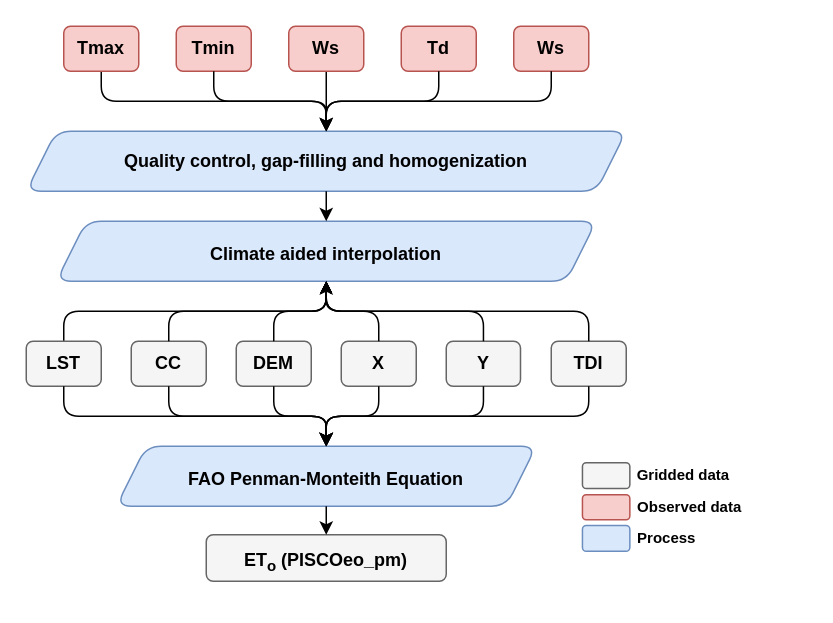
The draw.io diagram Eo_diagram_FT_v2.drawio in adrHuerta/diagrams, before the edit. Source tidied: cells renumbered, new cells numbered last; positions are measured from the earlier drawing's top-left corner, leaving out a move shared by most shapes. Both pictures are drawn from the tidied source at 150%, with x=0, y=0 at pixel (26, 26).
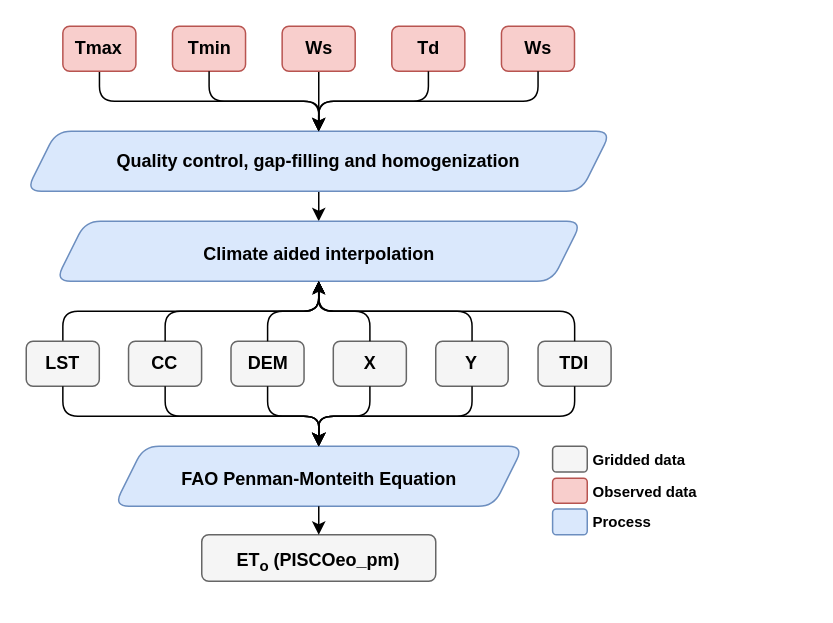
The same diagram, later.

Change to the diagram source:
```diff
@@
-    <mxCell id="2" style="group;" parent="1" vertex="1">
-      <mxGeometry width="520" height="380.5" as="geometry" />
-    </mxCell>
-    <mxCell id="3" style="group;fontSize=10;" parent="2" vertex="1">
-      <mxGeometry x="360" y="270" width="160" height="110.5" as="geometry" />
-    </mxCell>
-    <mxCell id="4" style="group;fontSize=11;" parent="3" vertex="1">
-      <mxGeometry x="10.8" y="21" width="138.3" height="59" as="geometry" />
-    </mxCell>
-    <mxCell id="5" style="rounded=1;whiteSpace=wrap;html=1;fontSize=11;fontStyle=1;fillColor=#f8cecc;strokeColor=#b85450;" parent="4" vertex="1">
-      <mxGeometry y="21.3" width="31.6" height="16.7" as="geometry" />
-    </mxCell>
-    <mxCell id="6" style="rounded=1;whiteSpace=wrap;html=1;fontSize=11;fontStyle=1;fillColor=#dae8fc;strokeColor=#6c8ebf;" parent="4" vertex="1">
-      <mxGeometry y="41.8" width="31.6" height="17.2" as="geometry" />
-    </mxCell>
-    <mxCell id="7" value="Observed data&amp;nbsp; &amp;nbsp;&amp;nbsp;" style="text;html=1;strokeColor=none;fillColor=none;align=center;verticalAlign=middle;whiteSpace=wrap;rounded=0;fontSize=10;fontStyle=1;" parent="4" vertex="1">
-      <mxGeometry x="33.8" y="21" width="86.1" height="16.7" as="geometry" />
-    </mxCell>
-    <mxCell id="8" style="rounded=1;whiteSpace=wrap;html=1;fontSize=11;fontStyle=1;fillColor=#f5f5f5;strokeColor=#666666;fontColor=#333333;" parent="4" vertex="1">
-      <mxGeometry width="31.6" height="17.2" as="geometry" />
-    </mxCell>
-    <mxCell id="9" value="Gridded data&amp;nbsp; &amp;nbsp; &amp;nbsp; &amp;nbsp;" style="text;html=1;strokeColor=none;fillColor=none;align=center;verticalAlign=middle;whiteSpace=wrap;rounded=0;fontSize=10;fontStyle=1;" parent="4" vertex="1">
-      <mxGeometry x="33.8" width="86.1" height="16.7" as="geometry" />
-    </mxCell>
-    <mxCell id="10" value="Process&amp;nbsp; &amp;nbsp; &amp;nbsp; &amp;nbsp; &amp;nbsp; &amp;nbsp; &amp;nbsp; &amp;nbsp;" style="text;html=1;strokeColor=none;fillColor=none;align=center;verticalAlign=middle;whiteSpace=wrap;rounded=0;fontSize=10;fontStyle=1;" parent="4" vertex="1">
-      <mxGeometry x="33.8" y="42" width="86.1" height="16.7" as="geometry" />
-    </mxCell>
+    <mxCell id="46" style="group;" parent="1" vertex="1">
+      <mxGeometry width="460" height="370" as="geometry" />
+    </mxCell>
+    <mxCell id="45" style="edgeStyle=orthogonalEdgeStyle;rounded=1;jettySize=auto;html=1;fontSize=12;endArrow=classic;endFill=1;" parent="46" edge="1" source="14">
+      <mxGeometry relative="1" as="geometry">
+        <mxPoint x="195" y="130" as="targetPoint" />
+      </mxGeometry>
+    </mxCell>
-    <mxCell id="11" value="&lt;font style=&quot;font-size: 12px;&quot;&gt;Tmin&lt;/font&gt;" style="rounded=1;whiteSpace=wrap;html=1;fontSize=12;fontStyle=1;fillColor=#f8cecc;strokeColor=#b85450;" parent="2" vertex="1">
-      <mxGeometry x="100" width="50" height="30" as="geometry" />
+    <mxCell id="11" value="&lt;font style=&quot;font-size: 12px;&quot;&gt;Tmin&lt;/font&gt;" style="rounded=1;whiteSpace=wrap;html=1;fontSize=12;fontStyle=1;fillColor=#f8cecc;strokeColor=#b85450;" parent="46" vertex="1">
+      <mxGeometry x="97.5" width="48.7" height="30" as="geometry" />
     </mxCell>
-    <mxCell id="12" value="&lt;font style=&quot;font-size: 12px;&quot;&gt;Td&lt;/font&gt;" style="rounded=1;whiteSpace=wrap;html=1;fontSize=12;fontStyle=1;fillColor=#f8cecc;strokeColor=#b85450;" parent="2" vertex="1">
-      <mxGeometry x="250" width="50" height="30" as="geometry" />
+    <mxCell id="12" value="&lt;font style=&quot;font-size: 12px;&quot;&gt;Td&lt;/font&gt;" style="rounded=1;whiteSpace=wrap;html=1;fontSize=12;fontStyle=1;fillColor=#f8cecc;strokeColor=#b85450;" parent="46" vertex="1">
+      <mxGeometry x="243.7" width="48.7" height="30" as="geometry" />
     </mxCell>
-    <mxCell id="13" value="&lt;font style=&quot;font-size: 12px;&quot;&gt;Ws&lt;/font&gt;" style="rounded=1;whiteSpace=wrap;html=1;fontSize=12;fontStyle=1;fillColor=#f8cecc;strokeColor=#b85450;" parent="2" vertex="1">
-      <mxGeometry x="325" width="50" height="30" as="geometry" />
+    <mxCell id="13" value="&lt;font style=&quot;font-size: 12px;&quot;&gt;Ws&lt;/font&gt;" style="rounded=1;whiteSpace=wrap;html=1;fontSize=12;fontStyle=1;fillColor=#f8cecc;strokeColor=#b85450;" parent="46" vertex="1">
+      <mxGeometry x="316.8" width="48.7" height="30" as="geometry" />
     </mxCell>
-    <mxCell id="14" value="&lt;font style=&quot;font-size: 12px;&quot;&gt;Quality control, gap-filling and homogenization&lt;/font&gt;" style="shape=parallelogram;perimeter=parallelogramPerimeter;whiteSpace=wrap;html=1;fixedSize=1;fontSize=12;fontStyle=1;fillColor=#dae8fc;strokeColor=#6c8ebf;rounded=1;" parent="2" vertex="1">
-      <mxGeometry y="70" width="400" height="40" as="geometry" />
+    <mxCell id="14" value="&lt;font style=&quot;font-size: 12px;&quot;&gt;Quality control, gap-filling and homogenization&lt;/font&gt;" style="shape=parallelogram;perimeter=parallelogramPerimeter;whiteSpace=wrap;html=1;fixedSize=1;fontSize=12;fontStyle=1;fillColor=#dae8fc;strokeColor=#6c8ebf;rounded=1;" parent="46" vertex="1">
+      <mxGeometry y="70" width="389.9" height="40" as="geometry" />
     </mxCell>
-    <mxCell id="15" style="edgeStyle=orthogonalEdgeStyle;jettySize=auto;html=1;entryX=0.5;entryY=0;entryDx=0;entryDy=0;fontSize=12;rounded=1;endArrow=open;endFill=0;" parent="2" edge="1" source="11" target="14">
+    <mxCell id="15" style="edgeStyle=orthogonalEdgeStyle;jettySize=auto;html=1;entryX=0.5;entryY=0;entryDx=0;entryDy=0;fontSize=12;rounded=1;endArrow=open;endFill=0;" parent="46" edge="1" source="11" target="14">
       <mxGeometry relative="1" as="geometry" />
     </mxCell>
-    <mxCell id="16" style="edgeStyle=orthogonalEdgeStyle;jettySize=auto;html=1;entryX=0.5;entryY=0;entryDx=0;entryDy=0;fontSize=12;rounded=1;endArrow=open;endFill=0;" parent="2" edge="1" source="12" target="14">
+    <mxCell id="16" style="edgeStyle=orthogonalEdgeStyle;jettySize=auto;html=1;entryX=0.5;entryY=0;entryDx=0;entryDy=0;fontSize=12;rounded=1;endArrow=open;endFill=0;" parent="46" edge="1" source="12" target="14">
       <mxGeometry relative="1" as="geometry" />
     </mxCell>
-    <mxCell id="17" style="edgeStyle=orthogonalEdgeStyle;jettySize=auto;html=1;entryX=0.5;entryY=0;entryDx=0;entryDy=0;fontSize=12;rounded=1;endArrow=open;endFill=0;" parent="2" edge="1" source="13" target="14">
+    <mxCell id="17" style="edgeStyle=orthogonalEdgeStyle;jettySize=auto;html=1;entryX=0.5;entryY=0;entryDx=0;entryDy=0;fontSize=12;rounded=1;endArrow=open;endFill=0;" parent="46" edge="1" source="13" target="14">
       <mxGeometry relative="1" as="geometry">
         <Array as="points">
-          <mxPoint x="350" y="50" />
-          <mxPoint x="200" y="50" />
+          <mxPoint x="341.2" y="50" />
+          <mxPoint x="195" y="50" />
         </Array>
       </mxGeometry>
     </mxCell>
-    <mxCell id="18" value="&lt;font style=&quot;font-size: 12px&quot;&gt;Climate aided interpolation&lt;/font&gt;" style="shape=parallelogram;perimeter=parallelogramPerimeter;whiteSpace=wrap;html=1;fixedSize=1;fontSize=18;fontStyle=1;fillColor=#dae8fc;strokeColor=#6c8ebf;rounded=1;" parent="2" vertex="1">
-      <mxGeometry x="20" y="130" width="360" height="40" as="geometry" />
+    <mxCell id="18" value="&lt;font style=&quot;font-size: 12px&quot;&gt;Climate aided interpolation&lt;/font&gt;" style="shape=parallelogram;perimeter=parallelogramPerimeter;whiteSpace=wrap;html=1;fixedSize=1;fontSize=18;fontStyle=1;fillColor=#dae8fc;strokeColor=#6c8ebf;rounded=1;" parent="46" vertex="1">
+      <mxGeometry x="19.5" y="130" width="350.9" height="40" as="geometry" />
     </mxCell>
-    <mxCell id="19" value="&lt;font style=&quot;font-size: 12px&quot;&gt;FAO Penman-Monteith Equation&lt;/font&gt;" style="shape=parallelogram;perimeter=parallelogramPerimeter;whiteSpace=wrap;html=1;fixedSize=1;fontSize=19;fontStyle=1;fillColor=#dae8fc;strokeColor=#6c8ebf;rounded=1;" parent="2" vertex="1">
-      <mxGeometry x="60" y="280" width="280" height="40" as="geometry" />
+    <mxCell id="19" value="&lt;font style=&quot;font-size: 12px&quot;&gt;FAO Penman-Monteith Equation&lt;/font&gt;" style="shape=parallelogram;perimeter=parallelogramPerimeter;whiteSpace=wrap;html=1;fixedSize=1;fontSize=19;fontStyle=1;fillColor=#dae8fc;strokeColor=#6c8ebf;rounded=1;" parent="46" vertex="1">
+      <mxGeometry x="58.5" y="280" width="273" height="40" as="geometry" />
     </mxCell>
-    <mxCell id="20" value="&lt;font style=&quot;font-size: 12px&quot; color=&quot;#000000&quot;&gt;&lt;font style=&quot;font-size: 12px&quot;&gt;&lt;font style=&quot;font-size: 12px&quot;&gt;ET&lt;sub&gt;o&lt;/sub&gt; (&lt;/font&gt;&lt;/font&gt;&lt;font style=&quot;font-size: 12px&quot;&gt;PISCOeo_pm)&lt;/font&gt;&lt;/font&gt;" style="rounded=1;whiteSpace=wrap;html=1;fontSize=16;fontStyle=1;fillColor=#f5f5f5;strokeColor=#666666;fontColor=#333333;" parent="2" vertex="1">
-      <mxGeometry x="120" y="339" width="160" height="31" as="geometry" />
+    <mxCell id="20" value="&lt;font style=&quot;font-size: 12px&quot; color=&quot;#000000&quot;&gt;&lt;font style=&quot;font-size: 12px&quot;&gt;&lt;font style=&quot;font-size: 12px&quot;&gt;ET&lt;sub&gt;o&lt;/sub&gt; (&lt;/font&gt;&lt;/font&gt;&lt;font style=&quot;font-size: 12px&quot;&gt;PISCOeo_pm)&lt;/font&gt;&lt;/font&gt;" style="rounded=1;whiteSpace=wrap;html=1;fontSize=16;fontStyle=1;fillColor=#f5f5f5;strokeColor=#666666;fontColor=#333333;" parent="46" vertex="1">
+      <mxGeometry x="117" y="339" width="156" height="31" as="geometry" />
     </mxCell>
-    <mxCell id="21" style="edgeStyle=orthogonalEdgeStyle;rounded=1;jettySize=auto;html=1;entryX=0.5;entryY=0;entryDx=0;entryDy=0;fontSize=12;" parent="2" edge="1" source="19" target="20">
+    <mxCell id="21" style="edgeStyle=orthogonalEdgeStyle;rounded=1;jettySize=auto;html=1;entryX=0.5;entryY=0;entryDx=0;entryDy=0;fontSize=12;" parent="46" edge="1" source="19" target="20">
       <mxGeometry relative="1" as="geometry" />
     </mxCell>
-    <mxCell id="22" style="edgeStyle=orthogonalEdgeStyle;jettySize=auto;html=1;fontSize=12;rounded=1;" parent="2" edge="1" source="23">
+    <mxCell id="22" style="edgeStyle=orthogonalEdgeStyle;jettySize=auto;html=1;fontSize=12;rounded=1;" parent="46" edge="1" source="23">
       <mxGeometry relative="1" as="geometry">
-        <mxPoint x="200" y="70" as="targetPoint" />
+        <mxPoint x="195" y="70" as="targetPoint" />
         <Array as="points">
-          <mxPoint x="200" y="70" />
-          <mxPoint x="200" y="70" />
+          <mxPoint x="195" y="70" />
+          <mxPoint x="195" y="70" />
         </Array>
       </mxGeometry>
     </mxCell>
-    <mxCell id="23" value="&lt;font style=&quot;font-size: 12px;&quot;&gt;Ws&lt;/font&gt;" style="rounded=1;whiteSpace=wrap;html=1;fontSize=12;fontStyle=1;fillColor=#f8cecc;strokeColor=#b85450;" parent="2" vertex="1">
-      <mxGeometry x="175" width="50" height="30" as="geometry" />
+    <mxCell id="23" value="&lt;font style=&quot;font-size: 12px;&quot;&gt;Ws&lt;/font&gt;" style="rounded=1;whiteSpace=wrap;html=1;fontSize=12;fontStyle=1;fillColor=#f8cecc;strokeColor=#b85450;" parent="46" vertex="1">
+      <mxGeometry x="170.6" width="48.7" height="30" as="geometry" />
     </mxCell>
-    <mxCell id="24" style="edgeStyle=orthogonalEdgeStyle;rounded=1;jettySize=auto;html=1;entryX=0.5;entryY=0;entryDx=0;entryDy=0;fontSize=12;endArrow=classic;endFill=1;" parent="2" edge="1" source="25" target="14">
+    <mxCell id="24" style="edgeStyle=orthogonalEdgeStyle;rounded=1;jettySize=auto;html=1;entryX=0.5;entryY=0;entryDx=0;entryDy=0;fontSize=12;endArrow=classic;endFill=1;" parent="46" edge="1" source="25" target="14">
       <mxGeometry relative="1" as="geometry" />
     </mxCell>
-    <mxCell id="25" value="&lt;font style=&quot;font-size: 12px&quot;&gt;Tmax&lt;/font&gt;" style="rounded=1;whiteSpace=wrap;html=1;fontSize=12;fontStyle=1;fillColor=#f8cecc;strokeColor=#b85450;" parent="2" vertex="1">
-      <mxGeometry x="25" width="50" height="30" as="geometry" />
+    <mxCell id="25" value="&lt;font style=&quot;font-size: 12px&quot;&gt;Tmax&lt;/font&gt;" style="rounded=1;whiteSpace=wrap;html=1;fontSize=12;fontStyle=1;fillColor=#f8cecc;strokeColor=#b85450;" parent="46" vertex="1">
+      <mxGeometry x="24.4" width="48.7" height="30" as="geometry" />
     </mxCell>
-    <mxCell id="26" style="edgeStyle=orthogonalEdgeStyle;rounded=1;jettySize=auto;html=1;entryX=0.5;entryY=1;entryDx=0;entryDy=0;fontSize=12;endArrow=open;endFill=0;" parent="2" edge="1" source="28" target="18">
+    <mxCell id="26" style="edgeStyle=orthogonalEdgeStyle;rounded=1;jettySize=auto;html=1;entryX=0.5;entryY=1;entryDx=0;entryDy=0;fontSize=12;endArrow=open;endFill=0;" parent="46" edge="1" source="28" target="18">
       <mxGeometry relative="1" as="geometry">
         <Array as="points">
-          <mxPoint x="25" y="190" />
-          <mxPoint x="200" y="190" />
+          <mxPoint x="24.4" y="190" />
+          <mxPoint x="195" y="190" />
         </Array>
       </mxGeometry>
     </mxCell>
-    <mxCell id="27" style="group;" parent="2" vertex="1">
-      <mxGeometry y="210" width="400" height="30" as="geometry" />
+    <mxCell id="27" style="group;" parent="46" vertex="1">
+      <mxGeometry y="210" width="389.9" height="30" as="geometry" />
     </mxCell>
     <mxCell id="28" value="&lt;font style=&quot;font-size: 12px;&quot;&gt;LST&lt;/font&gt;" style="rounded=1;whiteSpace=wrap;html=1;fontSize=12;fontStyle=1;fillColor=#f5f5f5;strokeColor=#666666;" parent="27" vertex="1">
-      <mxGeometry width="50" height="30" as="geometry" />
+      <mxGeometry width="48.7" height="30" as="geometry" />
     </mxCell>
     <mxCell id="29" value="&lt;font style=&quot;font-size: 12px;&quot;&gt;DEM&lt;/font&gt;" style="rounded=1;whiteSpace=wrap;html=1;fontSize=12;fontStyle=1;fillColor=#f5f5f5;strokeColor=#666666;" parent="27" vertex="1">
-      <mxGeometry x="140" width="50" height="30" as="geometry" />
+      <mxGeometry x="136.5" width="48.7" height="30" as="geometry" />
     </mxCell>
     <mxCell id="30" value="&lt;font style=&quot;font-size: 12px;&quot;&gt;X&lt;/font&gt;" style="rounded=1;whiteSpace=wrap;html=1;fontSize=12;fontStyle=1;fillColor=#f5f5f5;strokeColor=#666666;" parent="27" vertex="1">
-      <mxGeometry x="210" width="50" height="30" as="geometry" />
+      <mxGeometry x="204.7" width="48.7" height="30" as="geometry" />
     </mxCell>
     <mxCell id="31" value="&lt;span style=&quot;font-size: 12px;&quot;&gt;Y&lt;/span&gt;" style="rounded=1;whiteSpace=wrap;html=1;fontSize=12;fontStyle=1;fillColor=#f5f5f5;strokeColor=#666666;" parent="27" vertex="1">
-      <mxGeometry x="280" width="49.5" height="30" as="geometry" />
+      <mxGeometry x="273" width="48.3" height="30" as="geometry" />
     </mxCell>
     <mxCell id="32" value="&lt;span style=&quot;font-size: 12px;&quot;&gt;TDI&lt;/span&gt;" style="rounded=1;whiteSpace=wrap;html=1;fontSize=12;fontStyle=1;fillColor=#f5f5f5;strokeColor=#666666;" parent="27" vertex="1">
-      <mxGeometry x="350" width="50" height="30" as="geometry" />
+      <mxGeometry x="341.2" width="48.7" height="30" as="geometry" />
     </mxCell>
     <mxCell id="33" value="&lt;font style=&quot;font-size: 12px&quot;&gt;CC&lt;/font&gt;" style="rounded=1;whiteSpace=wrap;html=1;fontSize=12;fontStyle=1;fillColor=#f5f5f5;strokeColor=#666666;" parent="27" vertex="1">
-      <mxGeometry x="70" width="50" height="30" as="geometry" />
+      <mxGeometry x="68.2" width="48.7" height="30" as="geometry" />
     </mxCell>
-    <mxCell id="34" style="edgeStyle=orthogonalEdgeStyle;rounded=1;jettySize=auto;html=1;entryX=0.5;entryY=1;entryDx=0;entryDy=0;fontSize=12;endArrow=open;endFill=0;" parent="2" edge="1" source="33" target="18">
+    <mxCell id="34" style="edgeStyle=orthogonalEdgeStyle;rounded=1;jettySize=auto;html=1;entryX=0.5;entryY=1;entryDx=0;entryDy=0;fontSize=12;endArrow=open;endFill=0;" parent="46" edge="1" source="33" target="18">
       <mxGeometry relative="1" as="geometry" />
     </mxCell>
-    <mxCell id="35" style="edgeStyle=orthogonalEdgeStyle;rounded=1;jettySize=auto;html=1;fontSize=12;endArrow=open;endFill=0;" parent="2" edge="1" source="29">
+    <mxCell id="35" style="edgeStyle=orthogonalEdgeStyle;rounded=1;jettySize=auto;html=1;fontSize=12;endArrow=open;endFill=0;" parent="46" edge="1" source="29">
       <mxGeometry relative="1" as="geometry">
-        <mxPoint x="200" y="170" as="targetPoint" />
+        <mxPoint x="195" y="170" as="targetPoint" />
         <Array as="points">
-          <mxPoint x="165" y="190" />
-          <mxPoint x="200" y="190" />
+          <mxPoint x="160.8" y="190" />
+          <mxPoint x="195" y="190" />
         </Array>
       </mxGeometry>
     </mxCell>
-    <mxCell id="36" style="edgeStyle=orthogonalEdgeStyle;rounded=1;jettySize=auto;html=1;fontSize=12;" parent="2" edge="1" source="30">
+    <mxCell id="36" style="edgeStyle=orthogonalEdgeStyle;rounded=1;jettySize=auto;html=1;fontSize=12;" parent="46" edge="1" source="30">
       <mxGeometry relative="1" as="geometry">
-        <mxPoint x="200" y="170" as="targetPoint" />
+        <mxPoint x="195" y="170" as="targetPoint" />
         <Array as="points">
-          <mxPoint x="235" y="190" />
-          <mxPoint x="200" y="190" />
+          <mxPoint x="229.1" y="190" />
+          <mxPoint x="195" y="190" />
         </Array>
       </mxGeometry>
     </mxCell>
-    <mxCell id="37" style="edgeStyle=orthogonalEdgeStyle;rounded=1;jettySize=auto;html=1;fontSize=12;endArrow=open;endFill=0;" parent="2" edge="1" source="31">
+    <mxCell id="37" style="edgeStyle=orthogonalEdgeStyle;rounded=1;jettySize=auto;html=1;fontSize=12;endArrow=open;endFill=0;" parent="46" edge="1" source="31">
       <mxGeometry relative="1" as="geometry">
-        <mxPoint x="200" y="170" as="targetPoint" />
+        <mxPoint x="195" y="170" as="targetPoint" />
         <Array as="points">
-          <mxPoint x="305" y="190" />
-          <mxPoint x="200" y="190" />
+          <mxPoint x="297.3" y="190" />
+          <mxPoint x="195" y="190" />
         </Array>
       </mxGeometry>
     </mxCell>
-    <mxCell id="38" style="edgeStyle=orthogonalEdgeStyle;rounded=1;jettySize=auto;html=1;fontSize=12;endArrow=open;endFill=0;" parent="2" edge="1" source="32">
+    <mxCell id="38" style="edgeStyle=orthogonalEdgeStyle;rounded=1;jettySize=auto;html=1;fontSize=12;endArrow=open;endFill=0;" parent="46" edge="1" source="32">
       <mxGeometry relative="1" as="geometry">
-        <mxPoint x="200" y="170" as="targetPoint" />
+        <mxPoint x="195" y="170" as="targetPoint" />
         <Array as="points">
-          <mxPoint x="375" y="190" />
-          <mxPoint x="200" y="190" />
+          <mxPoint x="365.6" y="190" />
+          <mxPoint x="195" y="190" />
         </Array>
       </mxGeometry>
     </mxCell>
-    <mxCell id="39" style="edgeStyle=orthogonalEdgeStyle;rounded=1;jettySize=auto;html=1;entryX=0.5;entryY=0;entryDx=0;entryDy=0;fontSize=12;" parent="2" edge="1" source="28" target="19">
+    <mxCell id="39" style="edgeStyle=orthogonalEdgeStyle;rounded=1;jettySize=auto;html=1;entryX=0.5;entryY=0;entryDx=0;entryDy=0;fontSize=12;" parent="46" edge="1" source="28" target="19">
       <mxGeometry relative="1" as="geometry">
         <Array as="points">
-          <mxPoint x="25" y="260" />
-          <mxPoint x="200" y="260" />
+          <mxPoint x="24.4" y="260" />
+          <mxPoint x="195" y="260" />
         </Array>
       </mxGeometry>
     </mxCell>
-    <mxCell id="40" style="edgeStyle=orthogonalEdgeStyle;rounded=1;jettySize=auto;html=1;entryX=0.5;entryY=0;entryDx=0;entryDy=0;fontSize=12;" parent="2" edge="1" source="33" target="19">
+    <mxCell id="40" style="edgeStyle=orthogonalEdgeStyle;rounded=1;jettySize=auto;html=1;entryX=0.5;entryY=0;entryDx=0;entryDy=0;fontSize=12;" parent="46" edge="1" source="33" target="19">
       <mxGeometry relative="1" as="geometry" />
     </mxCell>
-    <mxCell id="41" style="edgeStyle=orthogonalEdgeStyle;rounded=1;jettySize=auto;html=1;entryX=0.5;entryY=0;entryDx=0;entryDy=0;fontSize=12;" parent="2" edge="1" source="29" target="19">
+    <mxCell id="41" style="edgeStyle=orthogonalEdgeStyle;rounded=1;jettySize=auto;html=1;entryX=0.5;entryY=0;entryDx=0;entryDy=0;fontSize=12;" parent="46" edge="1" source="29" target="19">
       <mxGeometry relative="1" as="geometry" />
     </mxCell>
-    <mxCell id="42" style="edgeStyle=orthogonalEdgeStyle;rounded=1;jettySize=auto;html=1;entryX=0.5;entryY=0;entryDx=0;entryDy=0;fontSize=12;" parent="2" edge="1" source="30" target="19">
+    <mxCell id="42" style="edgeStyle=orthogonalEdgeStyle;rounded=1;jettySize=auto;html=1;entryX=0.5;entryY=0;entryDx=0;entryDy=0;fontSize=12;" parent="46" edge="1" source="30" target="19">
       <mxGeometry relative="1" as="geometry" />
     </mxCell>
-    <mxCell id="43" style="edgeStyle=orthogonalEdgeStyle;rounded=1;jettySize=auto;html=1;entryX=0.5;entryY=0;entryDx=0;entryDy=0;fontSize=12;" parent="2" edge="1" source="31" target="19">
+    <mxCell id="43" style="edgeStyle=orthogonalEdgeStyle;rounded=1;jettySize=auto;html=1;entryX=0.5;entryY=0;entryDx=0;entryDy=0;fontSize=12;" parent="46" edge="1" source="31" target="19">
       <mxGeometry relative="1" as="geometry" />
     </mxCell>
-    <mxCell id="44" style="edgeStyle=orthogonalEdgeStyle;rounded=1;jettySize=auto;html=1;entryX=0.5;entryY=0;entryDx=0;entryDy=0;fontSize=12;" parent="2" edge="1" source="32" target="19">
+    <mxCell id="44" style="edgeStyle=orthogonalEdgeStyle;rounded=1;jettySize=auto;html=1;entryX=0.5;entryY=0;entryDx=0;entryDy=0;fontSize=12;" parent="46" edge="1" source="32" target="19">
       <mxGeometry relative="1" as="geometry">
         <Array as="points">
-          <mxPoint x="375" y="260" />
-          <mxPoint x="200" y="260" />
+          <mxPoint x="365.6" y="260" />
+          <mxPoint x="195" y="260" />
         </Array>
       </mxGeometry>
     </mxCell>
-    <mxCell id="45" style="edgeStyle=orthogonalEdgeStyle;rounded=1;jettySize=auto;html=1;fontSize=12;endArrow=classic;endFill=1;" parent="1" edge="1" source="14">
-      <mxGeometry relative="1" as="geometry">
-        <mxPoint x="200" y="130" as="targetPoint" />
-      </mxGeometry>
-    </mxCell>
+    <mxCell id="5" style="rounded=1;whiteSpace=wrap;html=1;fontSize=11;fontStyle=1;fillColor=#f8cecc;strokeColor=#b85450;" parent="46" vertex="1">
+      <mxGeometry x="350.9" y="301.3" width="23.1" height="16.7" as="geometry" />
+    </mxCell>
+    <mxCell id="6" style="rounded=1;whiteSpace=wrap;html=1;fontSize=11;fontStyle=1;fillColor=#dae8fc;strokeColor=#6c8ebf;" parent="46" vertex="1">
+      <mxGeometry x="350.9" y="321.8" width="23.1" height="17.2" as="geometry" />
+    </mxCell>
+    <mxCell id="7" value="Observed data" style="text;html=1;strokeColor=none;fillColor=none;align=left;verticalAlign=middle;whiteSpace=wrap;rounded=0;fontSize=10;fontStyle=1;" parent="46" vertex="1">
+      <mxGeometry x="375.6" y="301.3" width="72.8" height="16.7" as="geometry" />
+    </mxCell>
+    <mxCell id="8" style="rounded=1;whiteSpace=wrap;html=1;fontSize=11;fontStyle=1;fillColor=#f5f5f5;strokeColor=#666666;fontColor=#333333;" parent="46" vertex="1">
+      <mxGeometry x="350.9" y="280" width="23.1" height="17.2" as="geometry" />
+    </mxCell>
+    <mxCell id="9" value="Gridded data" style="text;html=1;strokeColor=none;fillColor=none;align=left;verticalAlign=middle;whiteSpace=wrap;rounded=0;fontSize=10;fontStyle=1;" parent="46" vertex="1">
+      <mxGeometry x="375.6" y="280.4" width="72.8" height="16.7" as="geometry" />
+    </mxCell>
+    <mxCell id="10" value="Process" style="text;html=1;strokeColor=none;fillColor=none;align=left;verticalAlign=middle;whiteSpace=wrap;rounded=0;fontSize=10;fontStyle=1;" parent="46" vertex="1">
+      <mxGeometry x="375.6" y="321.8" width="43.9" height="16.7" as="geometry" />
+    </mxCell>
```
